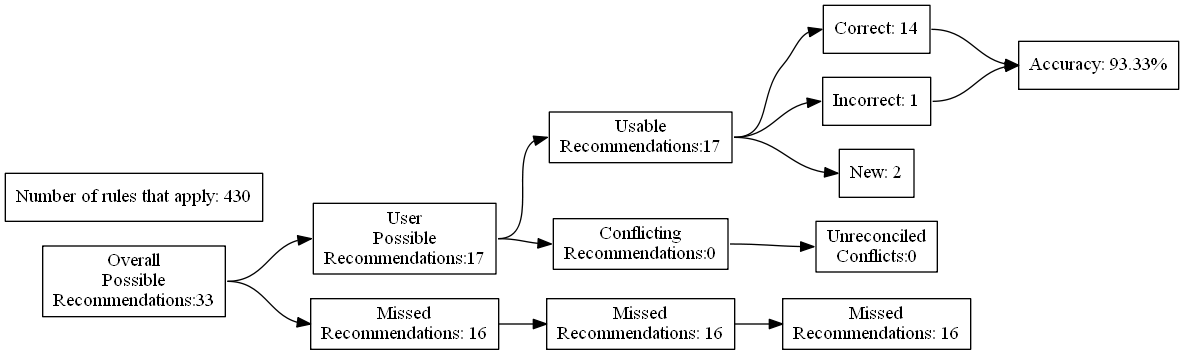
The Graphviz diagram test_renders/79.gv.png in ZaxR/ibd_diet_analysis, before a commit. Its source is kept beside it as test_renders/79.gv.
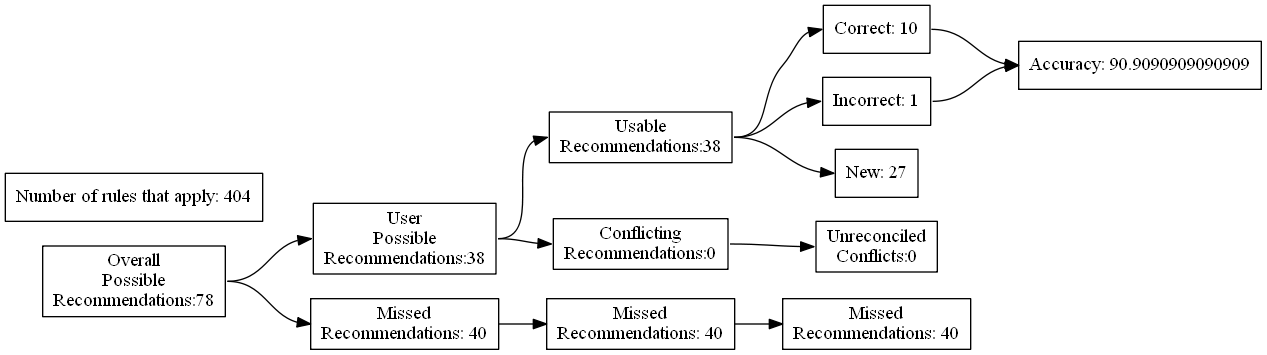
The same file after the commit.

What changed in the source:
```diff
@@ -4,27 +4,27 @@
 	edge [headport=w tailport=e]
 		A [label="Overall
 Possible
-Recommendations:33"]
+Recommendations:78"]
 		B [label="User
 Possible
-Recommendations:17"]
+Recommendations:38"]
 		C [label="Missed
-Recommendations: 16"]
+Recommendations: 40"]
 		D [label="Usable
-Recommendations:17"]
+Recommendations:38"]
 		E [label="Conflicting
 Recommendations:0"]
 		J [label="Missed
-Recommendations: 16"]
+Recommendations: 40"]
 		M [label="Unreconciled
 Conflicts:0"]
-		F [label="Correct: 14"]
+		F [label="Correct: 10"]
 		G [label="Incorrect: 1"]
-		H [label="New: 2"]
+		H [label="New: 27"]
 		K [label="Missed
-Recommendations: 16"]
-		I [label="Accuracy: 93.33%"]
-		l [label="Number of rules that apply: 430"]
+Recommendations: 40"]
+		I [label="Accuracy: 90.9090909090909"]
+		l [label="Number of rules that apply: 404"]
 			A -> B
 			A -> C
 			B -> D
```
